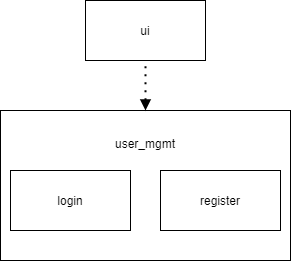
Before: dokumentaatio/kuvat/pakkausrakenne.png, a diagram exported from draw.io (MyVeli/ohjelmistotekniikka-harjoitustyo). Source tidied: cells renumbered, new cells last; positions are measured from the earlier drawing's top-left corner, leaving out a move shared by most shapes. Source of this version:
```xml
<mxGraphModel>
  <root>
    <mxCell id="0" />
    <mxCell id="1" parent="0" />
    <mxCell id="2" value="ui" style="rounded=0;whiteSpace=wrap;html=1;" parent="1" vertex="1">
      <mxGeometry x="85" width="120" height="60" as="geometry" />
    </mxCell>
    <mxCell id="3" value="user_mgmt&lt;br&gt;&lt;br&gt;&lt;br&gt;&lt;br&gt;&lt;br&gt;&lt;br&gt;&lt;br&gt;" style="rounded=0;whiteSpace=wrap;html=1;" parent="1" vertex="1">
      <mxGeometry y="110" width="290" height="150" as="geometry" />
    </mxCell>
    <mxCell id="4" style="endArrow=none;dashed=1;html=1;dashPattern=1 3;strokeWidth=2;entryX=0.5;entryY=1;entryDx=0;entryDy=0;exitX=0.5;exitY=0;exitDx=0;exitDy=0;startArrow=block;startFill=1;" parent="1" edge="1" source="3" target="2">
      <mxGeometry relative="1" as="geometry" />
    </mxCell>
    <mxCell id="5" value="login" style="rounded=0;whiteSpace=wrap;html=1;" parent="1" vertex="1">
      <mxGeometry x="10" y="170" width="120" height="60" as="geometry" />
    </mxCell>
    <mxCell id="6" value="register" style="rounded=0;whiteSpace=wrap;html=1;" parent="1" vertex="1">
      <mxGeometry x="160" y="170" width="120" height="60" as="geometry" />
    </mxCell>
  </root>
</mxGraphModel>
```
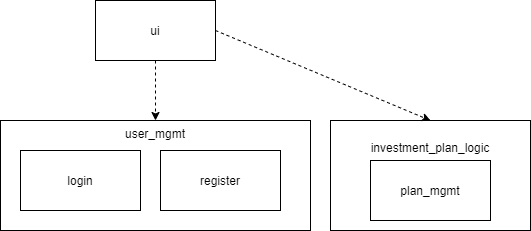
After the commit.

Commit message:
updated documentation. Started with investment ui.

Change to the diagram source:
```diff
@@ -1,21 +1,30 @@
 <mxGraphModel>
   <root>
-    <mxCell id="0" />
-    <mxCell id="1" parent="0" />
+    <mxCell id="7" />
+    <mxCell id="8" parent="7" />
-    <mxCell id="2" value="ui" style="rounded=0;whiteSpace=wrap;html=1;" parent="1" vertex="1">
-      <mxGeometry x="85" width="120" height="60" as="geometry" />
+    <mxCell id="2" value="ui" style="rounded=0;whiteSpace=wrap;html=1;" parent="8" vertex="1">
+      <mxGeometry x="55" y="-60" width="120" height="60" as="geometry" />
     </mxCell>
-    <mxCell id="3" value="user_mgmt&lt;br&gt;&lt;br&gt;&lt;br&gt;&lt;br&gt;&lt;br&gt;&lt;br&gt;&lt;br&gt;" style="rounded=0;whiteSpace=wrap;html=1;" parent="1" vertex="1">
-      <mxGeometry y="110" width="290" height="150" as="geometry" />
+    <mxCell id="3" value="user_mgmt&lt;br&gt;&lt;br&gt;&lt;br&gt;&lt;br&gt;&lt;br&gt;&lt;br&gt;&lt;br&gt;" style="rounded=0;whiteSpace=wrap;html=1;" parent="8" vertex="1">
+      <mxGeometry x="-40" y="60" width="310" height="110" as="geometry" />
     </mxCell>
-    <mxCell id="4" style="endArrow=none;dashed=1;html=1;dashPattern=1 3;strokeWidth=2;entryX=0.5;entryY=1;entryDx=0;entryDy=0;exitX=0.5;exitY=0;exitDx=0;exitDy=0;startArrow=block;startFill=1;" parent="1" edge="1" source="3" target="2">
-      <mxGeometry relative="1" as="geometry" />
-    </mxCell>
-    <mxCell id="5" value="login" style="rounded=0;whiteSpace=wrap;html=1;" parent="1" vertex="1">
-      <mxGeometry x="10" y="170" width="120" height="60" as="geometry" />
+    <mxCell id="5" value="login" style="rounded=0;whiteSpace=wrap;html=1;" parent="8" vertex="1">
+      <mxGeometry x="-20" y="90" width="120" height="60" as="geometry" />
     </mxCell>
-    <mxCell id="6" value="register" style="rounded=0;whiteSpace=wrap;html=1;" parent="1" vertex="1">
-      <mxGeometry x="160" y="170" width="120" height="60" as="geometry" />
+    <mxCell id="6" value="register" style="rounded=0;whiteSpace=wrap;html=1;" parent="8" vertex="1">
+      <mxGeometry x="120" y="90" width="120" height="60" as="geometry" />
     </mxCell>
+    <mxCell id="9" style="endArrow=classic;html=1;exitX=0.5;exitY=1;exitDx=0;exitDy=0;dashed=1;" parent="8" edge="1" source="2" target="3">
+      <mxGeometry relative="1" as="geometry" />
+    </mxCell>
+    <mxCell id="10" value="investment_plan_logic&lt;br&gt;&lt;br&gt;&lt;br&gt;&lt;br&gt;&lt;br&gt;" style="rounded=0;whiteSpace=wrap;html=1;" parent="8" vertex="1">
+      <mxGeometry x="290" y="60" width="200" height="110" as="geometry" />
+    </mxCell>
+    <mxCell id="11" value="plan_mgmt" style="rounded=0;whiteSpace=wrap;html=1;" parent="8" vertex="1">
+      <mxGeometry x="330" y="100" width="120" height="60" as="geometry" />
+    </mxCell>
+    <mxCell id="12" style="endArrow=classic;html=1;exitX=1;exitY=0.5;exitDx=0;exitDy=0;dashed=1;entryX=0.5;entryY=0;entryDx=0;entryDy=0;" parent="8" edge="1" source="2" target="10">
+      <mxGeometry relative="1" as="geometry" />
+    </mxCell>
   </root>
 </mxGraphModel>
```
